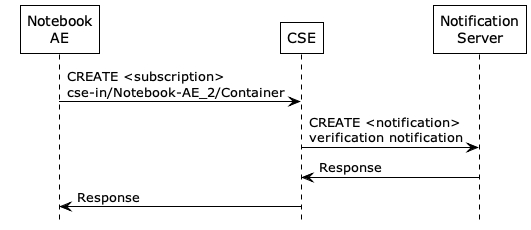
The PlantUML diagram images/06/create_subscription.png in ankraft/onem2m-jupyter-notebooks, before a commit.
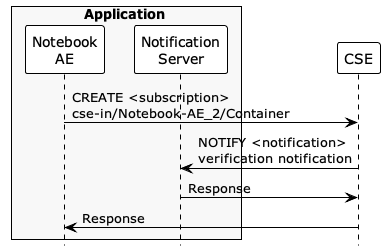
After the change.

The edit, as a diff of the source:
```diff
@@ -3,12 +3,14 @@
 !theme plain
 skinparam backgroundcolor transparent
 
+box Application #f8f8f8
 participant "Notebook\nAE" as AE
+participant "Notification\nServer" as NS
+end box
 participant "CSE" as CSE
-participant "Notification\nServer" as NS
 
 AE -> CSE: CREATE <subscription>\ncse-in/Notebook-AE_2/Container
-CSE -> NS: CREATE <notification>\nverification notification
+CSE -> NS: NOTIFY <notification>\nverification notification
 CSE <- NS: Response
 AE <- CSE: Response
 
```
